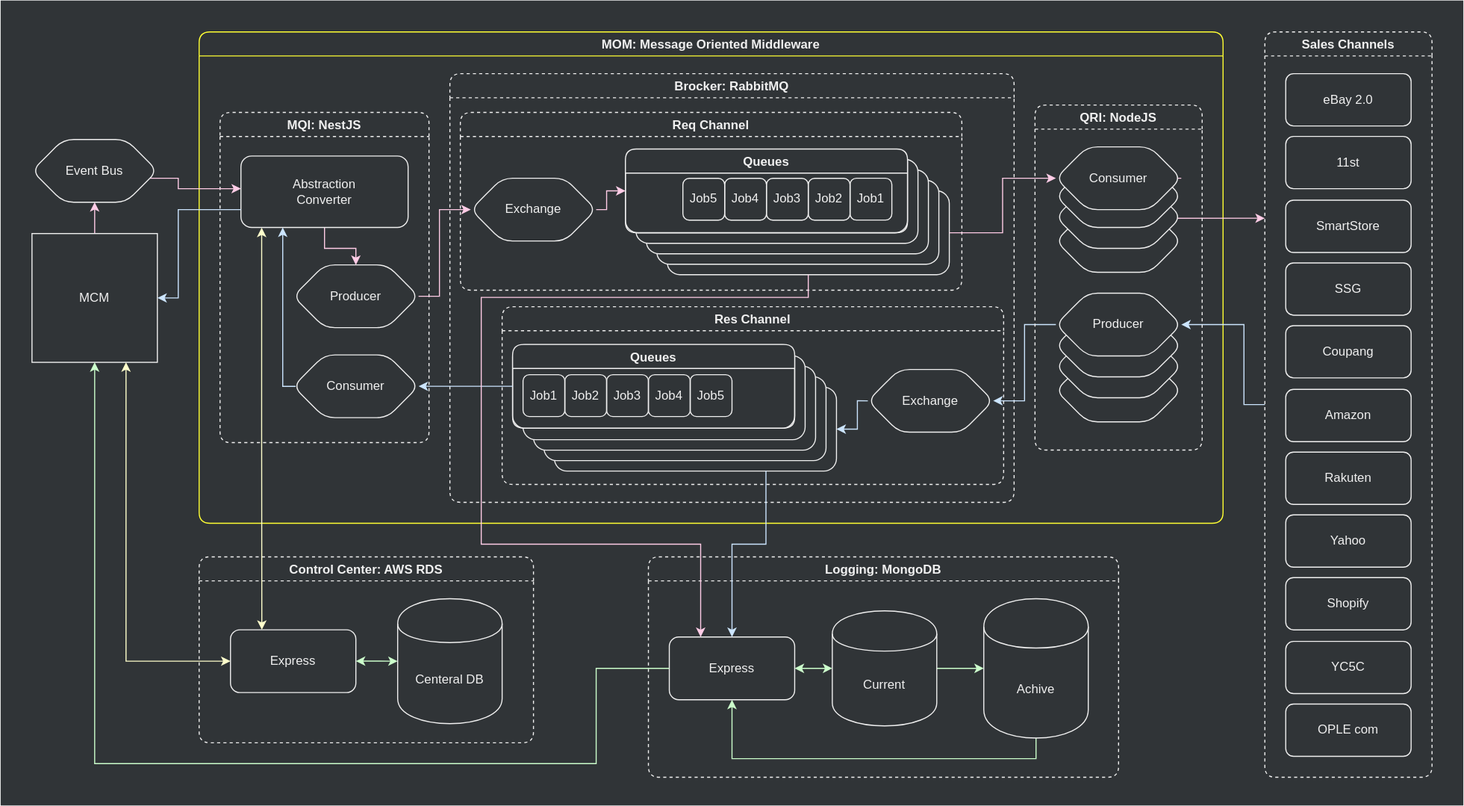
jiholee-ntwglobal/jiholee-ntwglobal.github.io keeps this draw.io diagram as assets/.draw.io/documents/mom-structure-diagram.svg. Above is the earlier version. Source tidied: cells renumbered, new cells last; positions are measured from the earlier drawing's top-left corner, leaving out a move shared by most shapes.
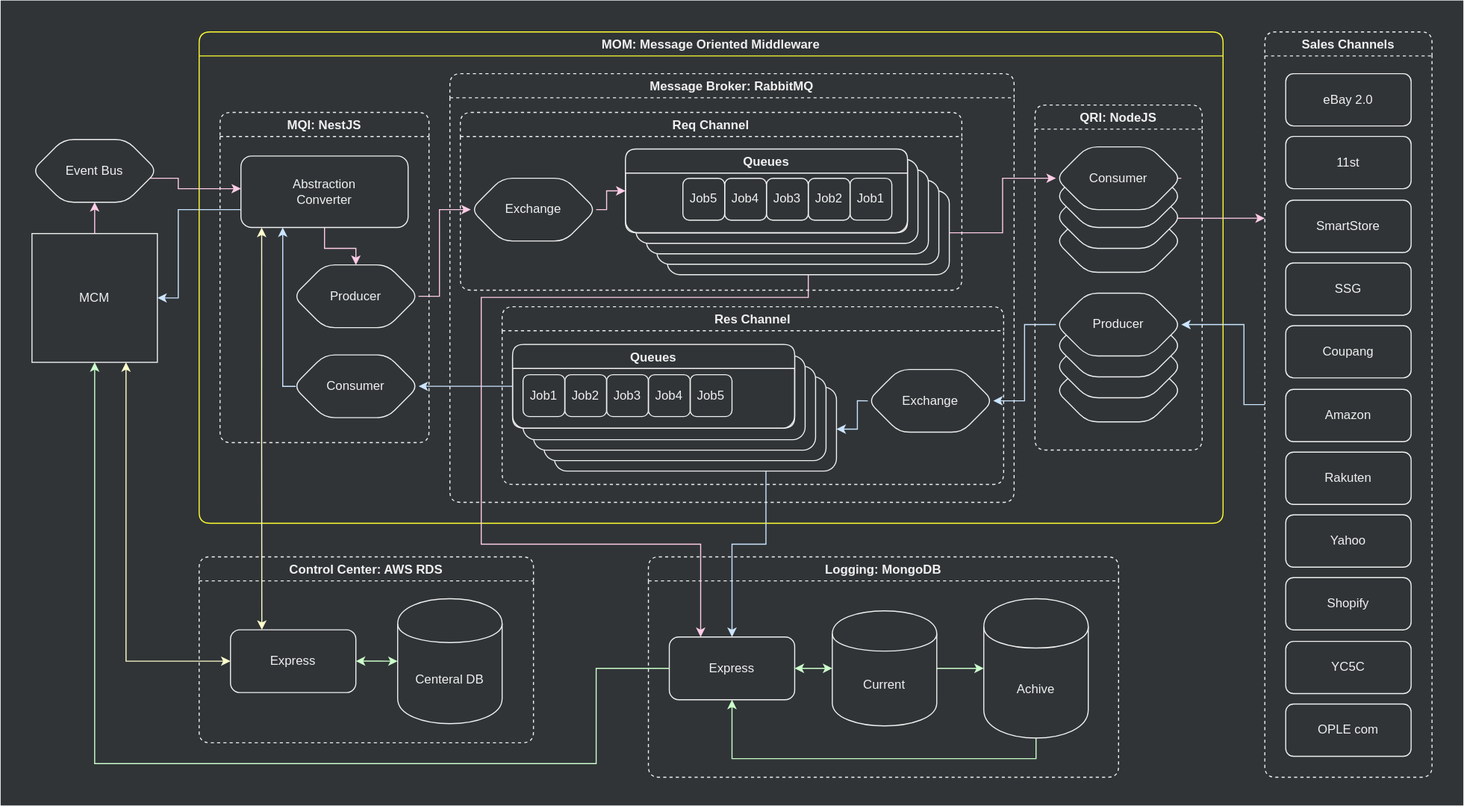
After the change.

Change to the diagram source:
```diff
@@ -18,7 +18,7 @@
     <mxCell id="7" style="shape=hexagon;perimeter=hexagonPerimeter2;whiteSpace=wrap;html=1;rounded=1;fontColor=#F0F0F0;strokeColor=#F0F0F0;fillColor=#303437;" parent="4" vertex="1">
       <mxGeometry x="820" y="270" width="120" height="60" as="geometry" />
     </mxCell>
-    <mxCell id="8" value="Brocker: RabbitMQ" style="swimlane;rounded=1;fillColor=none;fontColor=#F0F0F0;strokeColor=#F0F0F0;dashed=1;" parent="4" vertex="1">
+    <mxCell id="8" value="Message Broker: RabbitMQ" style="swimlane;rounded=1;fillColor=none;fontColor=#F0F0F0;strokeColor=#F0F0F0;dashed=1;" parent="4" vertex="1">
       <mxGeometry x="240" y="40" width="540" height="410" as="geometry" />
     </mxCell>
     <mxCell id="9" value="Req Channel" style="swimlane;rounded=1;fillColor=none;fontColor=#F0F0F0;strokeColor=#F0F0F0;dashed=1;" parent="8" vertex="1">
```
